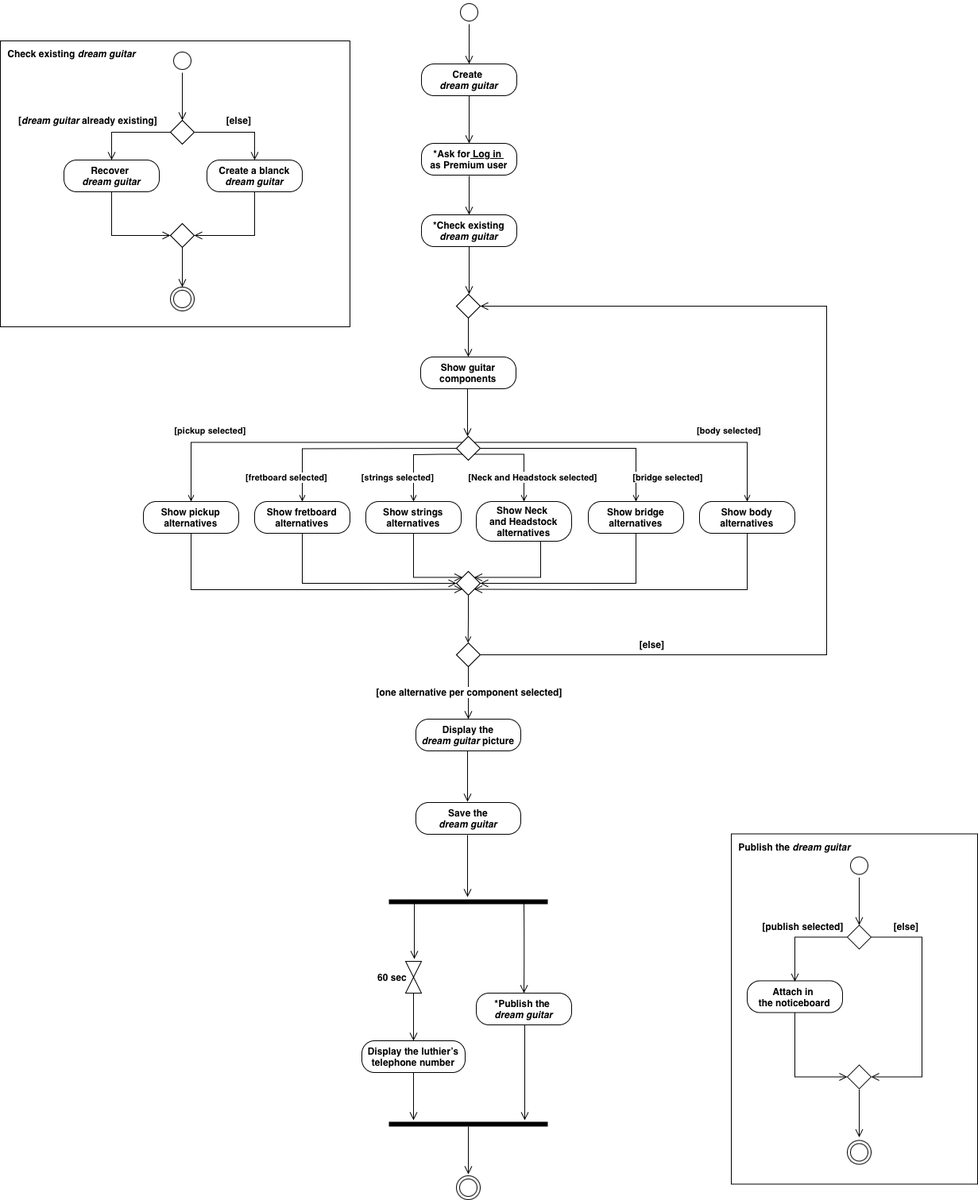
TizianoLilli/ISPW-Project keeps this draw.io diagram as ActivityDiagramT.drawio.png. Above is the earlier version. Source tidied: cells renumbered, new cells last; positions are measured from the earlier drawing's top-left corner, leaving out a move shared by most shapes.
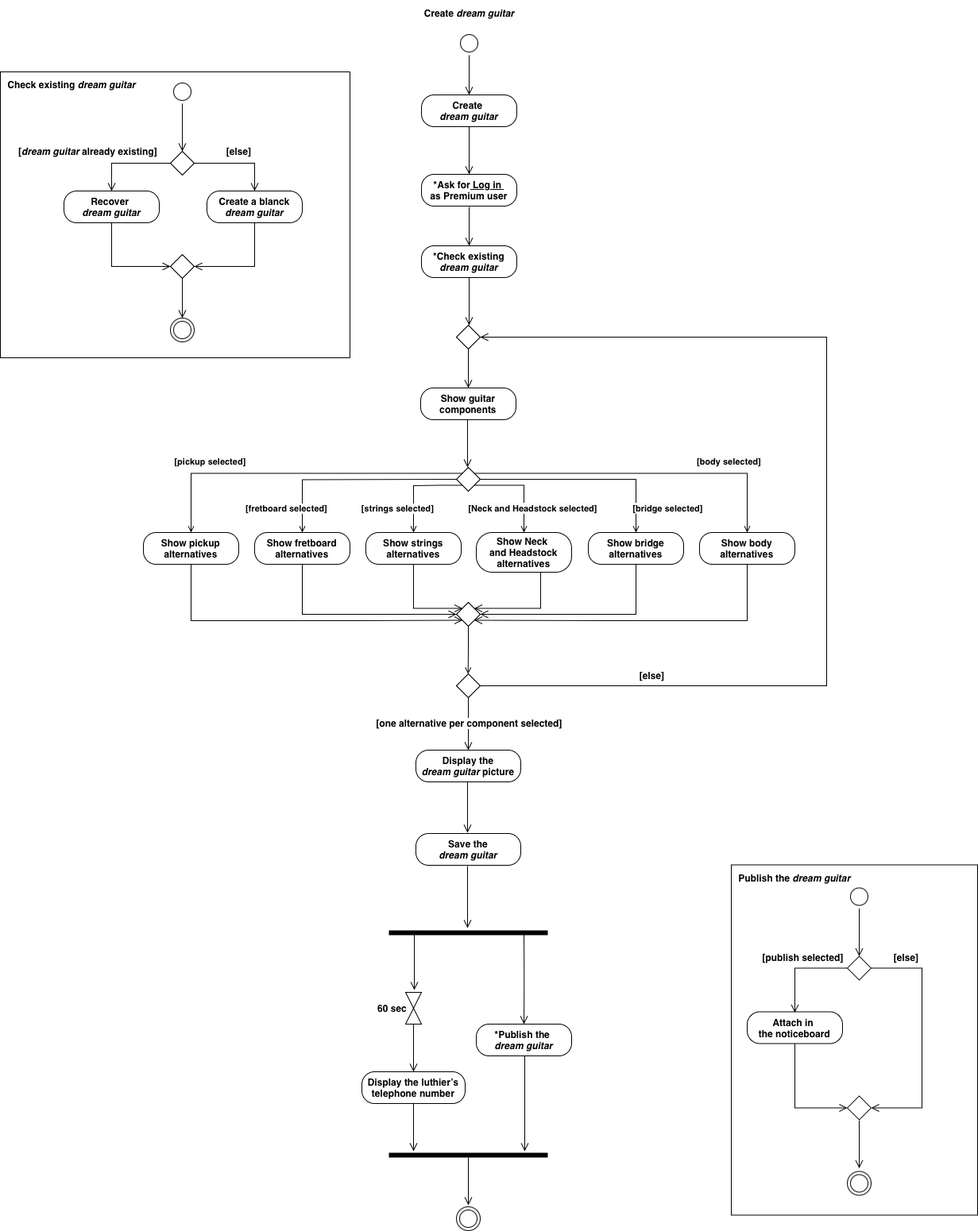
Later version of the same file.

Change to the diagram source:
```diff
@@ -378,5 +378,8 @@
     <mxCell id="79" value="&lt;b style=&quot;font-size: 12px;&quot;&gt;Check existing &lt;i&gt;dream guitar&lt;/i&gt;&lt;/b&gt;" style="text;strokeColor=none;fillColor=none;html=1;align=center;verticalAlign=middle;whiteSpace=wrap;rounded=0;fontSize=16;labelBackgroundColor=none;" parent="1" vertex="1">
       <mxGeometry y="51" width="180" height="30" as="geometry" />
     </mxCell>
+    <mxCell id="80" value="&lt;b style=&quot;font-size: 12px;&quot;&gt;Create&amp;nbsp;&lt;/b&gt;&lt;b style=&quot;font-size: 12px;&quot;&gt;&lt;i&gt;dream guitar&lt;/i&gt;&lt;/b&gt;" style="text;strokeColor=none;fillColor=none;html=1;align=center;verticalAlign=middle;whiteSpace=wrap;rounded=0;fontSize=16;" parent="1" vertex="1">
+      <mxGeometry x="524.5" y="-39" width="131" height="30" as="geometry" />
+    </mxCell>
   </root>
 </mxGraphModel>
```
